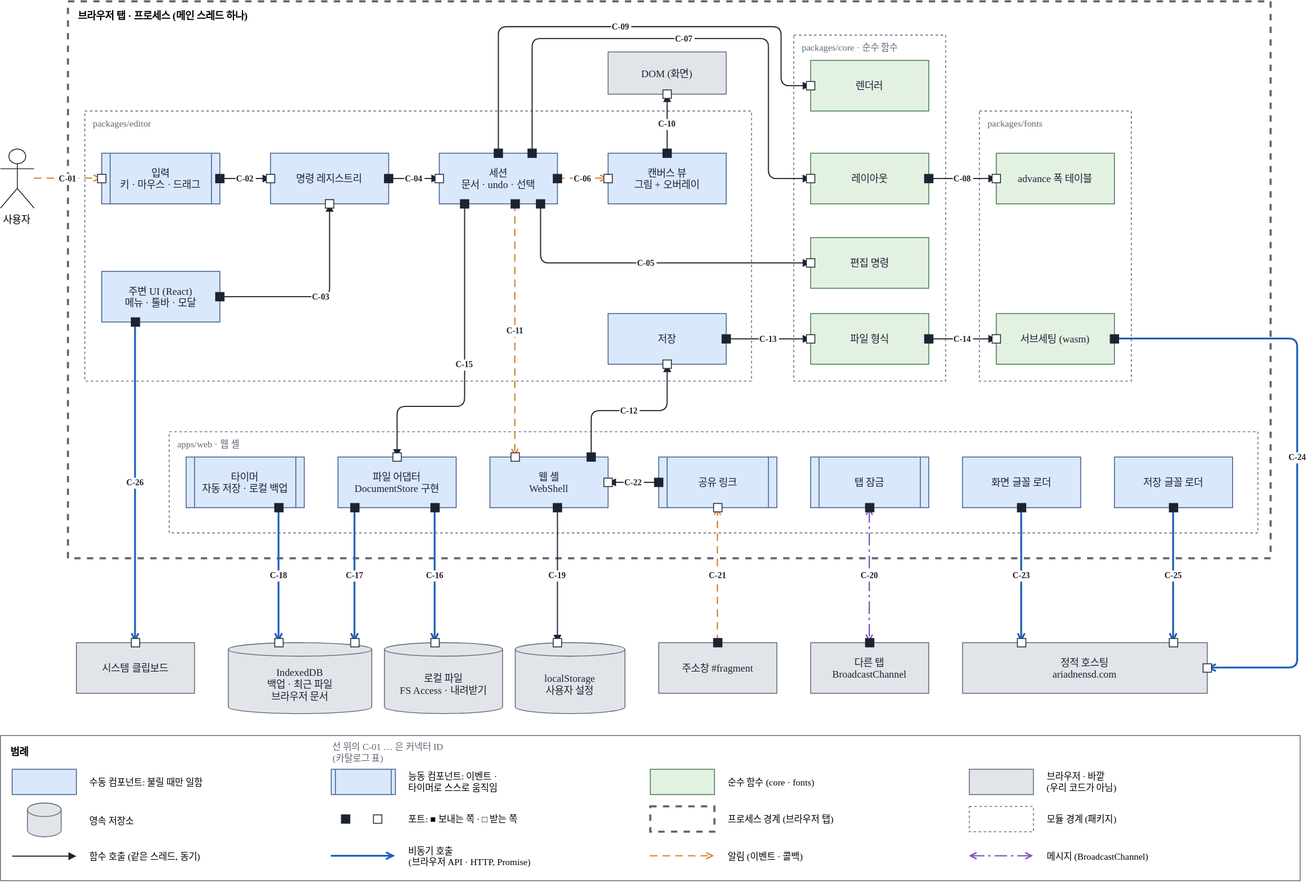
Before: docs/03-architecture/assets/cc-view-web.drawio.svg, a diagram exported from draw.io (reddiana/AriadneNSD). Source tidied: cells renumbered, new cells last; positions are measured from the earlier drawing's top-left corner, leaving out a move shared by most shapes.
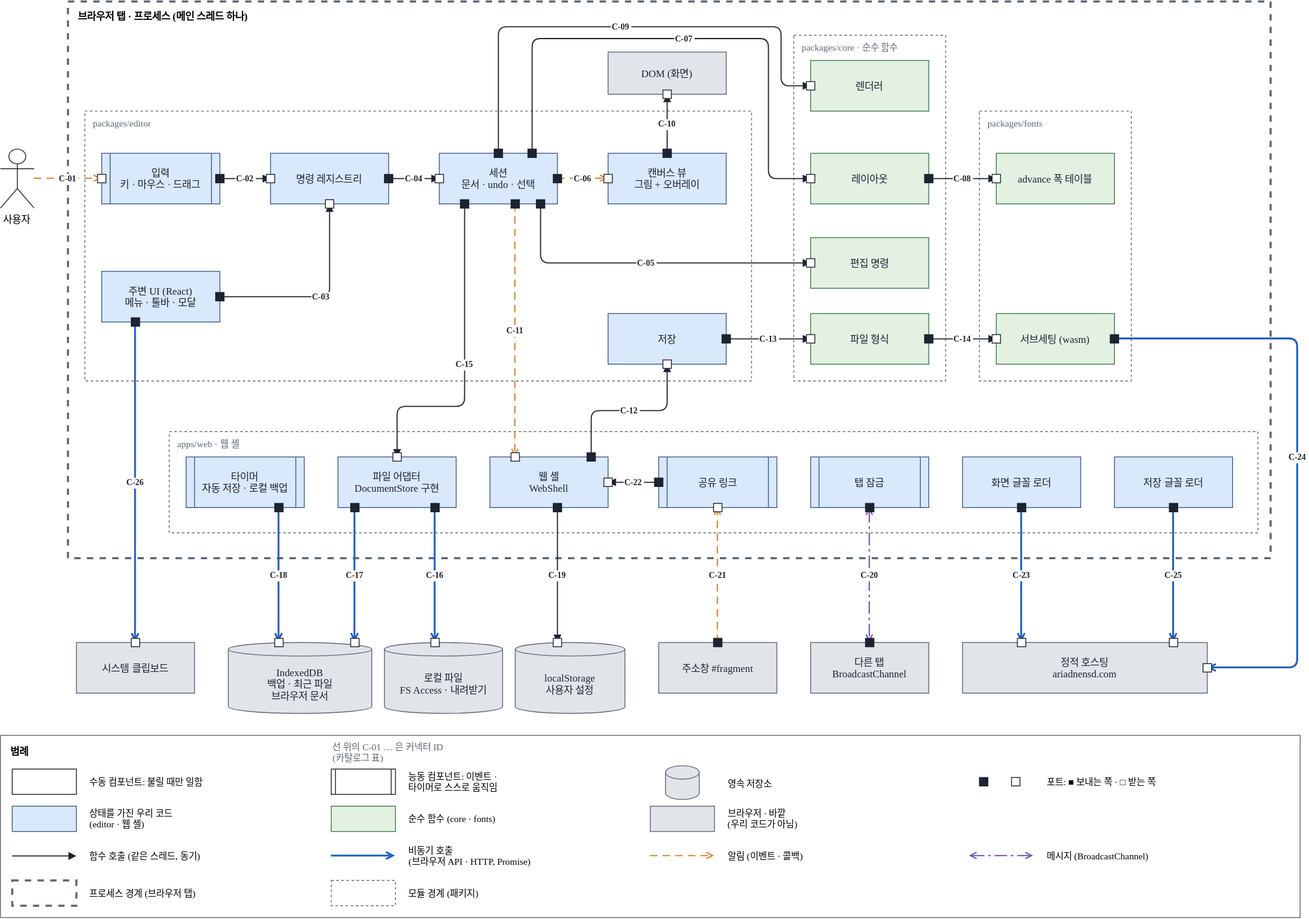
Later version of the same file.

Commit message:
docs(architecture): C&C 범례에서 모양과 색을 가르고 3.3은 보충 설명만 남김

Change to the diagram source:
```diff
@@ -438,46 +438,52 @@
       <mxGeometry x="155" y="755" width="10" height="10" as="geometry" />
     </mxCell>
     <mxCell id="112" value="범례" style="rounded=0;fillColor=#ffffff;strokeColor=#5d6676;verticalAlign=top;align=left;spacingLeft=10;spacingTop=6;fontStyle=1;fontFamily=Malgun Gothic;fontSize=12;" parent="1" vertex="1">
-      <mxGeometry y="870" width="1540" height="172" as="geometry" />
+      <mxGeometry y="870" width="1540" height="216" as="geometry" />
     </mxCell>
-    <mxCell id="113" style="rounded=0;html=0;fillColor=#dae8fc;strokeColor=#3b5b8c;fontColor=#1d2330;" parent="1" vertex="1">
+    <mxCell id="113" style="rounded=0;html=0;fillColor=#ffffff;strokeColor=#1d2330;fontColor=#1d2330;" parent="1" vertex="1">
       <mxGeometry x="14" y="910" width="76" height="30" as="geometry" />
     </mxCell>
     <mxCell id="114" value="수동 컴포넌트: 불릴 때만 일함" style="text;html=0;align=left;verticalAlign=middle;fontFamily=Malgun Gothic;fontSize=12;fontSize=11;" parent="1" vertex="1">
       <mxGeometry x="104" y="910" width="186" height="30" as="geometry" />
     </mxCell>
-    <mxCell id="115" style="shape=process;size=0.07;rounded=0;html=0;fillColor=#dae8fc;strokeColor=#3b5b8c;fontColor=#1d2330;" parent="1" vertex="1">
+    <mxCell id="115" style="shape=process;size=0.07;rounded=0;html=0;fillColor=#ffffff;strokeColor=#1d2330;fontColor=#1d2330;" parent="1" vertex="1">
       <mxGeometry x="392" y="910" width="76" height="30" as="geometry" />
     </mxCell>
     <mxCell id="116" value="능동 컴포넌트: 이벤트 ·&#10;타이머로 스스로 움직임" style="text;html=0;align=left;verticalAlign=middle;fontFamily=Malgun Gothic;fontSize=12;fontSize=11;" parent="1" vertex="1">
       <mxGeometry x="482" y="910" width="186" height="30" as="geometry" />
     </mxCell>
     <mxCell id="117" style="rounded=0;html=0;fillColor=#e3f1e3;strokeColor=#3c7a45;fontColor=#1d2330;" parent="1" vertex="1">
-      <mxGeometry x="770" y="910" width="76" height="30" as="geometry" />
+      <mxGeometry x="392" y="954" width="76" height="30" as="geometry" />
     </mxCell>
     <mxCell id="118" value="순수 함수 (core · fonts)" style="text;html=0;align=left;verticalAlign=middle;fontFamily=Malgun Gothic;fontSize=12;fontSize=11;" parent="1" vertex="1">
-      <mxGeometry x="860" y="910" width="186" height="30" as="geometry" />
+      <mxGeometry x="482" y="954" width="186" height="30" as="geometry" />
     </mxCell>
+    <mxCell id="139" style="rounded=0;html=0;fillColor=#dae8fc;strokeColor=#3b5b8c;fontColor=#1d2330;" parent="1" vertex="1">
+      <mxGeometry x="14" y="954" width="76" height="30" as="geometry" />
+    </mxCell>
+    <mxCell id="140" value="상태를 가진 우리 코드&#10;(editor · 웹 셸)" style="text;html=0;align=left;verticalAlign=middle;fontFamily=Malgun Gothic;fontSize=12;fontSize=11;" parent="1" vertex="1">
+      <mxGeometry x="104" y="954" width="186" height="30" as="geometry" />
+    </mxCell>
     <mxCell id="119" style="rounded=0;html=0;fillColor=#e1e4e9;strokeColor=#5d6676;fontColor=#1d2330;" parent="1" vertex="1">
-      <mxGeometry x="1148" y="910" width="76" height="30" as="geometry" />
+      <mxGeometry x="770" y="954" width="76" height="30" as="geometry" />
     </mxCell>
     <mxCell id="120" value="브라우저 · 바깥&#10;(우리 코드가 아님)" style="text;html=0;align=left;verticalAlign=middle;fontFamily=Malgun Gothic;fontSize=12;fontSize=11;" parent="1" vertex="1">
-      <mxGeometry x="1238" y="910" width="186" height="30" as="geometry" />
+      <mxGeometry x="860" y="954" width="186" height="30" as="geometry" />
     </mxCell>
     <mxCell id="121" style="shape=cylinder3;boundedLbl=1;size=8;html=0;fillColor=#e1e4e9;strokeColor=#5d6676;fontColor=#1d2330;" parent="1" vertex="1">
-      <mxGeometry x="32" y="950" width="40" height="40" as="geometry" />
+      <mxGeometry x="788" y="906" width="40" height="40" as="geometry" />
     </mxCell>
     <mxCell id="122" value="영속 저장소" style="text;html=0;align=left;verticalAlign=middle;fontFamily=Malgun Gothic;fontSize=12;fontSize=11;" parent="1" vertex="1">
-      <mxGeometry x="104" y="954" width="186" height="34" as="geometry" />
+      <mxGeometry x="860" y="910" width="186" height="34" as="geometry" />
     </mxCell>
     <mxCell id="123" style="rounded=0;strokeColor=#1d2330;fillColor=#1d2330;" parent="1" vertex="1">
-      <mxGeometry x="404" y="964" width="10" height="10" as="geometry" />
+      <mxGeometry x="1160" y="920" width="10" height="10" as="geometry" />
     </mxCell>
     <mxCell id="124" style="rounded=0;strokeColor=#1d2330;fillColor=#ffffff;" parent="1" vertex="1">
-      <mxGeometry x="442" y="964" width="10" height="10" as="geometry" />
+      <mxGeometry x="1198" y="920" width="10" height="10" as="geometry" />
     </mxCell>
     <mxCell id="125" value="포트: ■ 보내는 쪽 · □ 받는 쪽" style="text;html=0;align=left;verticalAlign=middle;fontFamily=Malgun Gothic;fontSize=12;fontSize=11;" parent="1" vertex="1">
-      <mxGeometry x="482" y="954" width="186" height="30" as="geometry" />
+      <mxGeometry x="1238" y="910" width="186" height="30" as="geometry" />
     </mxCell>
     <mxCell id="126" value="함수 호출 (같은 스레드, 동기)" style="text;html=0;align=left;verticalAlign=middle;fontFamily=Malgun Gothic;fontSize=12;fontSize=11;" parent="1" vertex="1">
       <mxGeometry x="104" y="998" width="186" height="30" as="geometry" />
@@ -492,16 +498,16 @@
       <mxGeometry x="1238" y="998" width="186" height="30" as="geometry" />
     </mxCell>
     <mxCell id="130" style="rounded=0;fillColor=none;dashed=1;strokeWidth=2.5;strokeColor=#5d6676;" parent="1" vertex="1">
-      <mxGeometry x="770" y="954" width="76" height="30" as="geometry" />
+      <mxGeometry x="14" y="1042" width="76" height="30" as="geometry" />
     </mxCell>
     <mxCell id="131" value="프로세스 경계 (브라우저 탭)" style="text;html=0;align=left;verticalAlign=middle;fontFamily=Malgun Gothic;fontSize=12;fontSize=11;" parent="1" vertex="1">
-      <mxGeometry x="860" y="954" width="186" height="30" as="geometry" />
+      <mxGeometry x="104" y="1042" width="186" height="30" as="geometry" />
     </mxCell>
     <mxCell id="132" style="rounded=0;fillColor=none;dashed=1;dashPattern=3 3;strokeColor=#5d6676;" parent="1" vertex="1">
-      <mxGeometry x="1148" y="954" width="76" height="30" as="geometry" />
+      <mxGeometry x="392" y="1042" width="76" height="30" as="geometry" />
     </mxCell>
     <mxCell id="133" value="모듈 경계 (패키지)" style="text;html=0;align=left;verticalAlign=middle;fontFamily=Malgun Gothic;fontSize=12;fontSize=11;" parent="1" vertex="1">
-      <mxGeometry x="1238" y="954" width="186" height="30" as="geometry" />
+      <mxGeometry x="482" y="1042" width="186" height="30" as="geometry" />
     </mxCell>
     <mxCell id="134" value="선 위의 C-01 … 은 커넥터 ID&#10;(카탈로그 표)" style="text;html=0;align=left;verticalAlign=middle;fontFamily=Malgun Gothic;fontSize=12;fontSize=11;fontColor=#5d6676;" parent="1" vertex="1">
       <mxGeometry x="392" y="875" width="276" height="30" as="geometry" />
```
